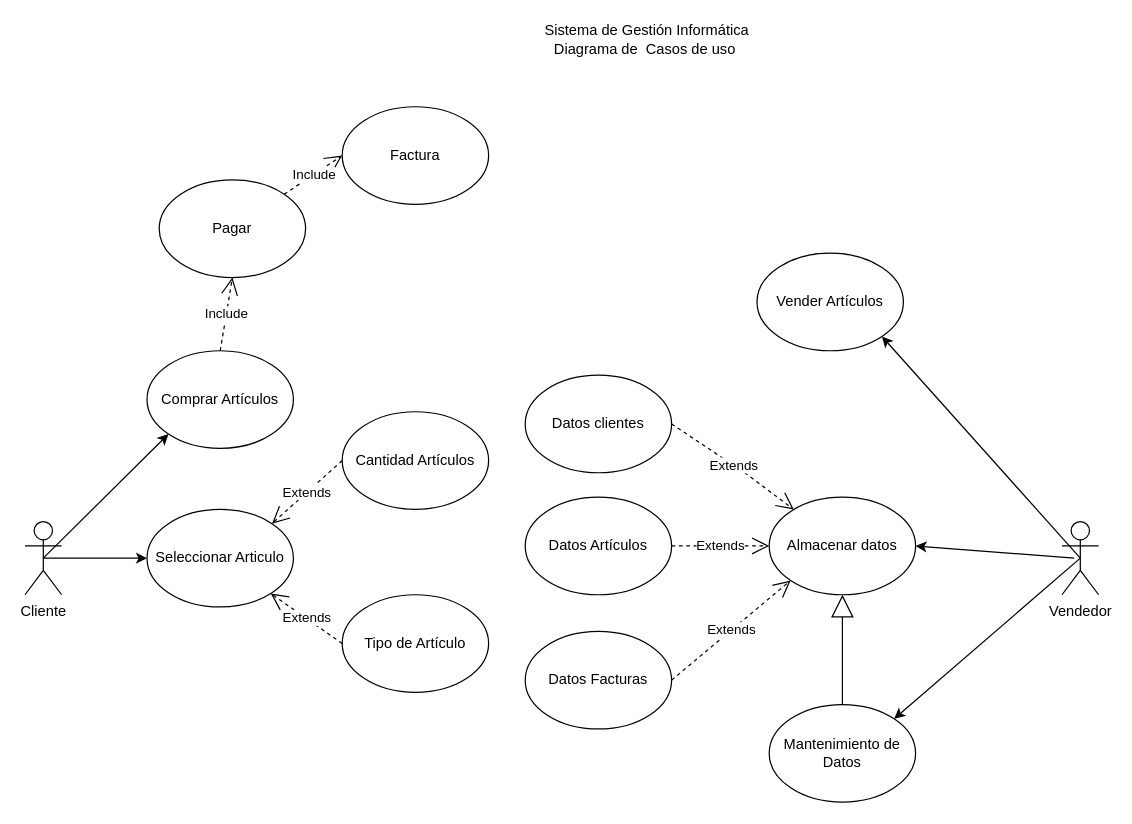
Before: AE_4_Carlos/Diagrama Casos de uso Sistema G I.drawio in Cambixx/WS_Actividad_ED, a draw.io diagram. Source tidied: cells renumbered, new cells numbered last; positions are measured from the earlier drawing's top-left corner, leaving out a move shared by most shapes. Both pictures are drawn from the tidied source at 122%, with x=0, y=0 at pixel (24, 21).
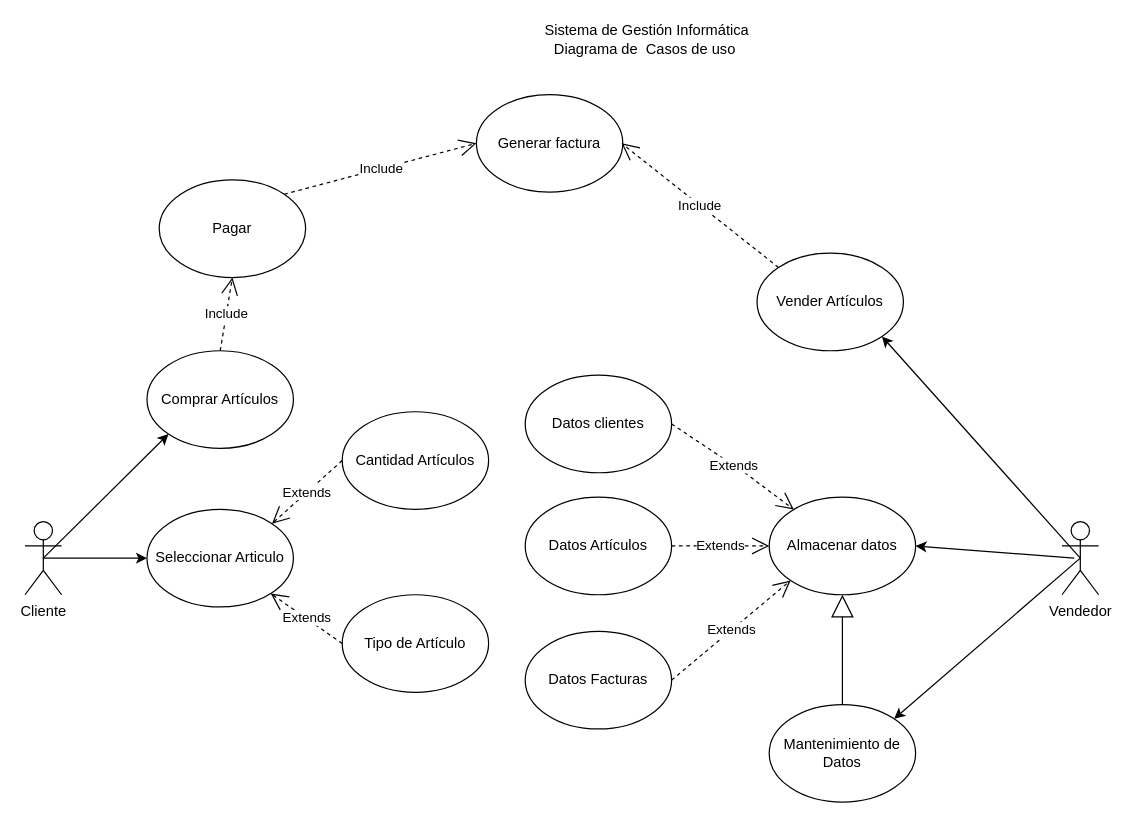
Above is the later version.

Commit message (it also covers changes not shown here):
cambios en casos de uso

The change refers to these unchanged cells:
```xml
<mxCell id="5" value="Vender Artículos" style="ellipse;whiteSpace=wrap;html=1;" parent="1" vertex="1">
  <mxGeometry x="600" y="190" width="120" height="80" as="geometry" />
</mxCell>
```

What changed in the source:
```diff
@@
-    <mxCell id="24" value="Factura" style="ellipse;whiteSpace=wrap;html=1;" parent="1" vertex="1">
-      <mxGeometry x="260" y="70" width="120" height="80" as="geometry" />
+    <mxCell id="24" value="Generar factura" style="ellipse;whiteSpace=wrap;html=1;" parent="1" vertex="1">
+      <mxGeometry x="370" y="60" width="120" height="80" as="geometry" />
     </mxCell>
@@
+    <mxCell id="30" value="Include" style="endArrow=open;endSize=12;dashed=1;html=1;rounded=0;exitX=0;exitY=0;exitDx=0;exitDy=0;" parent="1" edge="1" source="5">
+      <mxGeometry relative="1" as="geometry">
+        <mxPoint x="489" y="100" as="targetPoint" />
+      </mxGeometry>
+    </mxCell>
```
